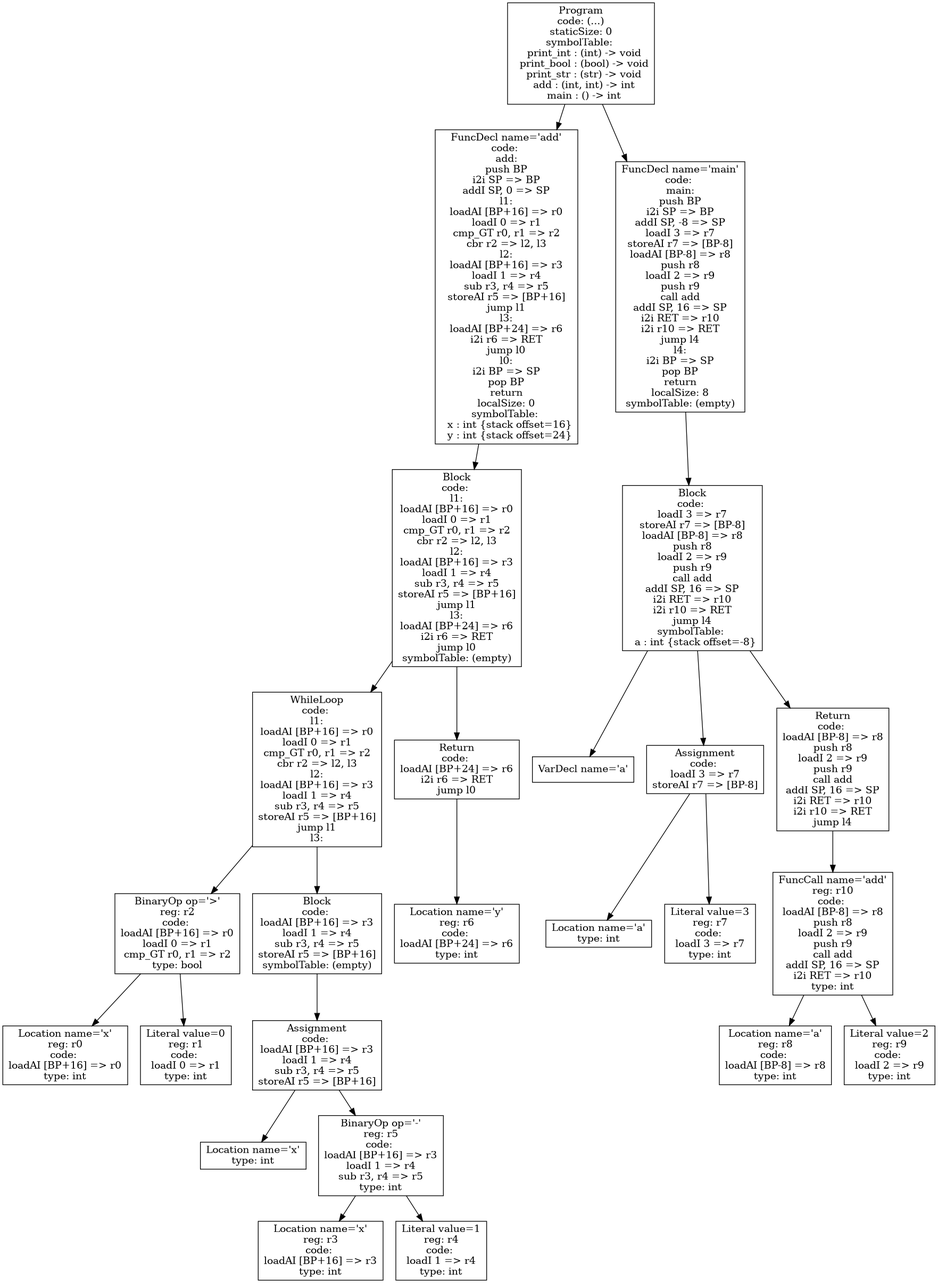
This is p4-codegen/tests/iloc-tree.png from atrim11/CS432, a Graphviz export, as it was before one commit. Its source is kept beside it as p4-codegen/iloc-tree.dot.
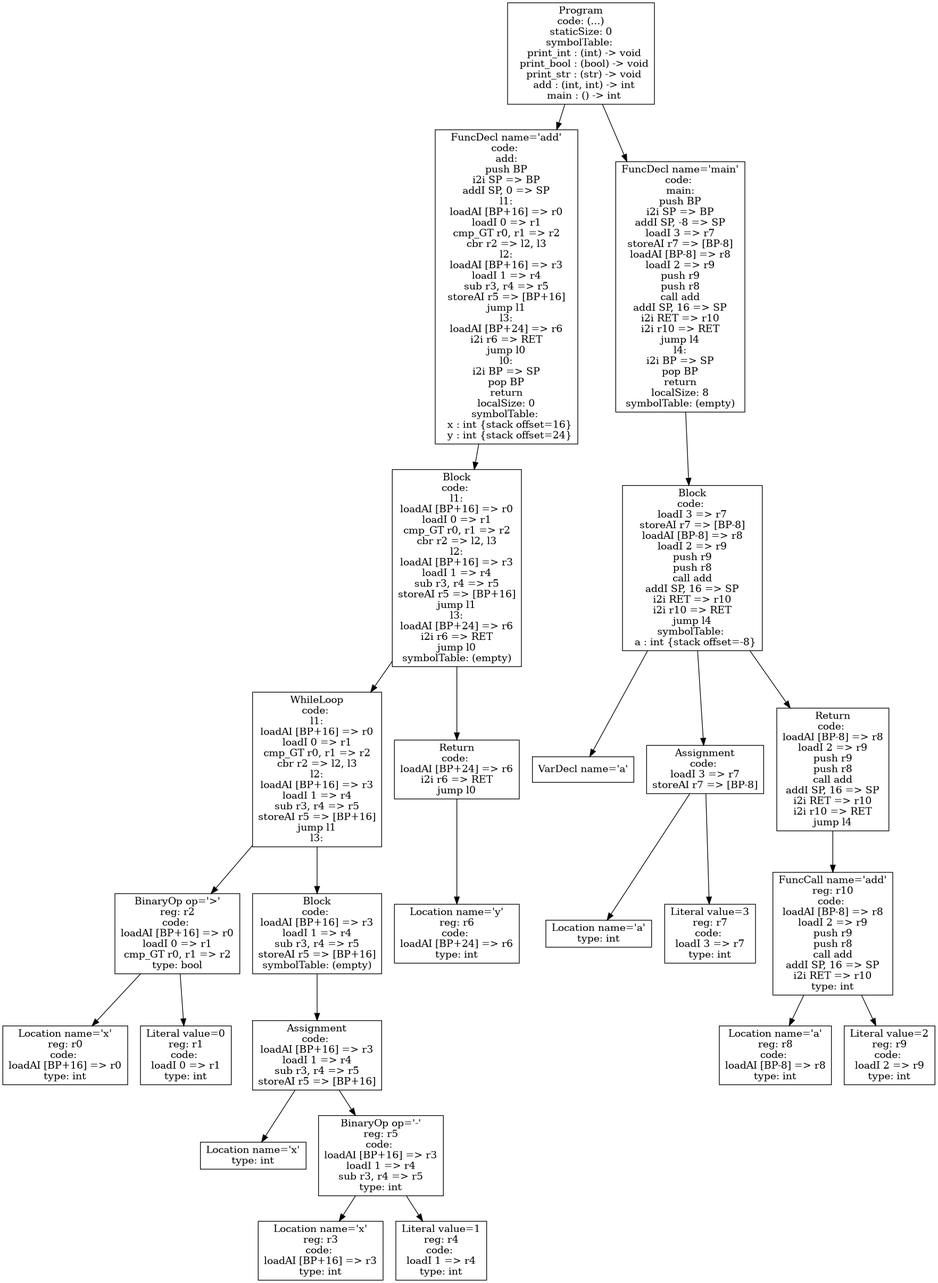
Above is the later version.

What changed in the source:
```diff
@@ -1,15 +1,97 @@
 digraph AST {
-4 [shape=box, label="Literal value=false\nreg: r0\ncode: \nloadI 0 => r0\ntype: bool"];
-3 [shape=box, label="FuncCall name='print_bool'\ncode: \nloadI 0 => r0\nprint r0\ntype: void"];
+1 [shape=box, label="VarDecl name='data'\ncode: \nloadI 256 => r0\naddI SP, 40 => SP"];
+7 [shape=box, label="Location name='x'\nreg: r1\ncode: \nloadAI [BP+16] => r1\ntype: int"];
+8 [shape=box, label="Location name='y'\nreg: r2\ncode: \nloadAI [BP+24] => r2\ntype: int"];
+6 [shape=box, label="BinaryOp op='-'\nreg: r3\ncode: \nloadAI [BP+16] => r1\nloadAI [BP+24] => r2\nsub r1, r2 => r3\ntype: int"];
+6 -> 7;
+6 -> 8;
+10 [shape=box, label="Location name='x'\nreg: r4\ncode: \nloadAI [BP+16] => r4\ntype: int"];
+11 [shape=box, label="Location name='y'\nreg: r5\ncode: \nloadAI [BP+24] => r5\ntype: int"];
+9 [shape=box, label="BinaryOp op='*'\nreg: r6\ncode: \nloadAI [BP+16] => r4\nloadAI [BP+24] => r5\nmult r4, r5 => r6\ntype: int"];
+9 -> 10;
+9 -> 11;
+5 [shape=box, label="BinaryOp op='+'\nreg: r7\ncode: \nloadAI [BP+16] => r1\nloadAI [BP+24] => r2\nsub r1, r2 => r3\nloadAI [BP+16] => r4\nloadAI [BP+24] => r5\nmult r4, r5 => r6\nadd r3, r6 => r7\ntype: int"];
+5 -> 6;
+5 -> 9;
+4 [shape=box, label="Return\ncode: \nloadAI [BP+16] => r1\nloadAI [BP+24] => r2\nsub r1, r2 => r3\nloadAI [BP+16] => r4\nloadAI [BP+24] => r5\nmult r4, r5 => r6\nadd r3, r6 => r7\ni2i r7 => RET\njump l0"];
+4 -> 5;
+3 [shape=box, label="Block\ncode: \nloadAI [BP+16] => r1\nloadAI [BP+24] => r2\nsub r1, r2 => r3\nloadAI [BP+16] => r4\nloadAI [BP+24] => r5\nmult r4, r5 => r6\nadd r3, r6 => r7\ni2i r7 => RET\njump l0\nsymbolTable: (empty)"];
 3 -> 4;
-6 [shape=box, label="Literal value=0\nreg: r1\ncode: \nloadI 0 => r1\ntype: int"];
-5 [shape=box, label="Return\ncode: \nloadI 0 => r1\ni2i r1 => RET\njump l0"];
-5 -> 6;
-2 [shape=box, label="Block\ncode: \nloadI 0 => r0\nprint r0\nloadI 0 => r1\ni2i r1 => RET\njump l0\nsymbolTable: (empty)"];
+2 [shape=box, label="FuncDecl name='compute'\ncode: \ncompute:\npush BP\ni2i SP => BP\naddI SP, 0 => SP\nloadAI [BP+16] => r1\nloadAI [BP+24] => r2\nsub r1, r2 => r3\nloadAI [BP+16] => r4\nloadAI [BP+24] => r5\nmult r4, r5 => r6\nadd r3, r6 => r7\ni2i r7 => RET\njump l0\nl0:\ni2i BP => SP\npop BP\nreturn\nlocalSize: 0\nsymbolTable: \n  x : int {stack offset=16}\n  y : int {stack offset=24}"];
 2 -> 3;
-2 -> 5;
-1 [shape=box, label="FuncDecl name='main'\ncode: \nmain:\npush BP\ni2i SP => BP\naddI SP, 0 => SP\nloadI 0 => r0\nprint r0\nloadI 0 => r1\ni2i r1 => RET\njump l0\nl0:\ni2i BP => SP\npop BP\nreturn\nlocalSize: 0\nsymbolTable: (empty)"];
-1 -> 2;
-0 [shape=box, label="Program\ncode: (...)\nstaticSize: 0\nsymbolTable: \n  print_int : (int) -> void\n  print_bool : (bool) -> void\n  print_str : (str) -> void\n  main : () -> int"];
+14 [shape=box, label="VarDecl name='i'"];
+15 [shape=box, label="VarDecl name='result'"];
+17 [shape=box, label="Location name='i'\ntype: int"];
+18 [shape=box, label="Literal value=0\nreg: r8\ncode: \nloadI 0 => r8\ntype: int"];
+16 [shape=box, label="Assignment\ncode: \nloadI 0 => r8\nstoreAI r8 => [BP-8]"];
+16 -> 17;
+16 -> 18;
+20 [shape=box, label="Location name='result'\ntype: int"];
+21 [shape=box, label="Literal value=0\nreg: r9\ncode: \nloadI 0 => r9\ntype: int"];
+19 [shape=box, label="Assignment\ncode: \nloadI 0 => r9\nstoreAI r9 => [BP-16]"];
+19 -> 20;
+19 -> 21;
+24 [shape=box, label="Location name='i'\nreg: r10\ncode: \nloadAI [BP-8] => r10\ntype: int"];
+25 [shape=box, label="Literal value=5\nreg: r11\ncode: \nloadI 5 => r11\ntype: int"];
+23 [shape=box, label="BinaryOp op='<'\nreg: r12\ncode: \nloadAI [BP-8] => r10\nloadI 5 => r11\ncmp_LT r10, r11 => r12\ntype: bool"];
+23 -> 24;
+23 -> 25;
+29 [shape=box, label="Location name='i'\nreg: r13\ncode: \nloadAI [BP-8] => r13\ntype: int"];
+28 [shape=box, label="Location name='data'\ntype: int"];
+28 -> 29;
+31 [shape=box, label="Location name='i'\nreg: r14\ncode: \nloadAI [BP-8] => r14\ntype: int"];
+33 [shape=box, label="Location name='i'\nreg: r15\ncode: \nloadAI [BP-8] => r15\ntype: int"];
+34 [shape=box, label="Literal value=1\nreg: r16\ncode: \nloadI 1 => r16\ntype: int"];
+32 [shape=box, label="BinaryOp op='+'\nreg: r17\ncode: \nloadAI [BP-8] => r15\nloadI 1 => r16\nadd r15, r16 => r17\ntype: int"];
+32 -> 33;
+32 -> 34;
+30 [shape=box, label="FuncCall name='compute'\nreg: r18\ncode: \nloadAI [BP-8] => r14\nloadAI [BP-8] => r15\nloadI 1 => r16\nadd r15, r16 => r17\npush r17\npush r14\ncall compute\naddI SP, 16 => SP\ni2i RET => r18\ntype: int"];
+30 -> 31;
+30 -> 32;
+27 [shape=box, label="Assignment\ncode: \nloadAI [BP-8] => r13\nloadI 256 => r19\nmultI r13, 8 => r20\nloadAI [BP-8] => r14\nloadAI [BP-8] => r15\nloadI 1 => r16\nadd r15, r16 => r17\npush r17\npush r14\ncall compute\naddI SP, 16 => SP\ni2i RET => r18\nstoreAO r18 => [r19+r20]"];
+27 -> 28;
+27 -> 30;
+36 [shape=box, label="Location name='result'\ntype: int"];
+38 [shape=box, label="Location name='result'\nreg: r21\ncode: \nloadAI [BP-16] => r21\ntype: int"];
+40 [shape=box, label="Location name='i'\nreg: r22\ncode: \nloadAI [BP-8] => r22\ntype: int"];
+39 [shape=box, label="Location name='data'\nreg: r24\ncode: \nloadI 256 => r23\nloadAI [BP-8] => r22\nmultI r22, 8 => r25\nloadAO [r23+r25] => r24\ntype: int"];
+39 -> 40;
+37 [shape=box, label="BinaryOp op='+'\nreg: r26\ncode: \nloadAI [BP-16] => r21\nloadI 256 => r23\nloadAI [BP-8] => r22\nmultI r22, 8 => r25\nloadAO [r23+r25] => r24\nadd r21, r24 => r26\ntype: int"];
+37 -> 38;
+37 -> 39;
+35 [shape=box, label="Assignment\ncode: \nloadAI [BP-16] => r21\nloadI 256 => r23\nloadAI [BP-8] => r22\nmultI r22, 8 => r25\nloadAO [r23+r25] => r24\nadd r21, r24 => r26\nstoreAI r26 => [BP-16]"];
+35 -> 36;
+35 -> 37;
+42 [shape=box, label="Location name='i'\ntype: int"];
+44 [shape=box, label="Location name='i'\nreg: r27\ncode: \nloadAI [BP-8] => r27\ntype: int"];
+45 [shape=box, label="Literal value=1\nreg: r28\ncode: \nloadI 1 => r28\ntype: int"];
+43 [shape=box, label="BinaryOp op='+'\nreg: r29\ncode: \nloadAI [BP-8] => r27\nloadI 1 => r28\nadd r27, r28 => r29\ntype: int"];
+43 -> 44;
+43 -> 45;
+41 [shape=box, label="Assignment\ncode: \nloadAI [BP-8] => r27\nloadI 1 => r28\nadd r27, r28 => r29\nstoreAI r29 => [BP-8]"];
+41 -> 42;
+41 -> 43;
+26 [shape=box, label="Block\ncode: \nloadAI [BP-8] => r13\nloadI 256 => r19\nmultI r13, 8 => r20\nloadAI [BP-8] => r14\nloadAI [BP-8] => r15\nloadI 1 => r16\nadd r15, r16 => r17\npush r17\npush r14\ncall compute\naddI SP, 16 => SP\ni2i RET => r18\nstoreAO r18 => [r19+r20]\nloadAI [BP-16] => r21\nloadI 256 => r23\nloadAI [BP-8] => r22\nmultI r22, 8 => r25\nloadAO [r23+r25] => r24\nadd r21, r24 => r26\nstoreAI r26 => [BP-16]\nloadAI [BP-8] => r27\nloadI 1 => r28\nadd r27, r28 => r29\nstoreAI r29 => [BP-8]\nsymbolTable: (empty)"];
+26 -> 27;
+26 -> 35;
+26 -> 41;
+22 [shape=box, label="WhileLoop\ncode: \nl2:\nloadAI [BP-8] => r10\nloadI 5 => r11\ncmp_LT r10, r11 => r12\ncbr r12 => l3, l4\nl3:\nloadAI [BP-8] => r13\nloadI 256 => r19\nmultI r13, 8 => r20\nloadAI [BP-8] => r14\nloadAI [BP-8] => r15\nloadI 1 => r16\nadd r15, r16 => r17\npush r17\npush r14\ncall compute\naddI SP, 16 => SP\ni2i RET => r18\nstoreAO r18 => [r19+r20]\nloadAI [BP-16] => r21\nloadI 256 => r23\nloadAI [BP-8] => r22\nmultI r22, 8 => r25\nloadAO [r23+r25] => r24\nadd r21, r24 => r26\nstoreAI r26 => [BP-16]\nloadAI [BP-8] => r27\nloadI 1 => r28\nadd r27, r28 => r29\nstoreAI r29 => [BP-8]\njump l2\nl4:"];
+22 -> 23;
+22 -> 26;
+47 [shape=box, label="Location name='result'\nreg: r30\ncode: \nloadAI [BP-16] => r30\ntype: int"];
+46 [shape=box, label="Return\ncode: \nloadAI [BP-16] => r30\ni2i r30 => RET\njump l1"];
+46 -> 47;
+13 [shape=box, label="Block\ncode: \nloadI 0 => r8\nstoreAI r8 => [BP-8]\nloadI 0 => r9\nstoreAI r9 => [BP-16]\nl2:\nloadAI [BP-8] => r10\nloadI 5 => r11\ncmp_LT r10, r11 => r12\ncbr r12 => l3, l4\nl3:\nloadAI [BP-8] => r13\nloadI 256 => r19\nmultI r13, 8 => r20\nloadAI [BP-8] => r14\nloadAI [BP-8] => r15\nloadI 1 => r16\nadd r15, r16 => r17\npush r17\npush r14\ncall compute\naddI SP, 16 => SP\ni2i RET => r18\nstoreAO r18 => [r19+r20]\nloadAI [BP-16] => r21\nloadI 256 => r23\nloadAI [BP-8] => r22\nmultI r22, 8 => r25\nloadAO [r23+r25] => r24\nadd r21, r24 => r26\nstoreAI r26 => [BP-16]\nloadAI [BP-8] => r27\nloadI 1 => r28\nadd r27, r28 => r29\nstoreAI r29 => [BP-8]\njump l2\nl4:\nloadAI [BP-16] => r30\ni2i r30 => RET\njump l1\nsymbolTable: \n  i : int {stack offset=-8}\n  result : int {stack offset=-16}"];
+13 -> 14;
+13 -> 15;
+13 -> 16;
+13 -> 19;
+13 -> 22;
+13 -> 46;
+12 [shape=box, label="FuncDecl name='main'\ncode: \nmain:\npush BP\ni2i SP => BP\naddI SP, -16 => SP\nloadI 0 => r8\nstoreAI r8 => [BP-8]\nloadI 0 => r9\nstoreAI r9 => [BP-16]\nl2:\nloadAI [BP-8] => r10\nloadI 5 => r11\ncmp_LT r10, r11 => r12\ncbr r12 => l3, l4\nl3:\nloadAI [BP-8] => r13\nloadI 256 => r19\nmultI r13, 8 => r20\nloadAI [BP-8] => r14\nloadAI [BP-8] => r15\nloadI 1 => r16\nadd r15, r16 => r17\npush r17\npush r14\ncall compute\naddI SP, 16 => SP\ni2i RET => r18\nstoreAO r18 => [r19+r20]\nloadAI [BP-16] => r21\nloadI 256 => r23\nloadAI [BP-8] => r22\nmultI r22, 8 => r25\nloadAO [r23+r25] => r24\nadd r21, r24 => r26\nstoreAI r26 => [BP-16]\nloadAI [BP-8] => r27\nloadI 1 => r28\nadd r27, r28 => r29\nstoreAI r29 => [BP-8]\njump l2\nl4:\nloadAI [BP-16] => r30\ni2i r30 => RET\njump l1\nl1:\ni2i BP => SP\npop BP\nreturn\nlocalSize: 16\nsymbolTable: (empty)"];
+12 -> 13;
+0 [shape=box, label="Program\ncode: (...)\nstaticSize: 40\nsymbolTable: \n  print_int : (int) -> void\n  print_bool : (bool) -> void\n  print_str : (str) -> void\n  compute : (int, int) -> int\n  main : () -> int\n  data : int [5] {static offset=256}"];
 0 -> 1;
+0 -> 2;
+0 -> 12;
 }
```
